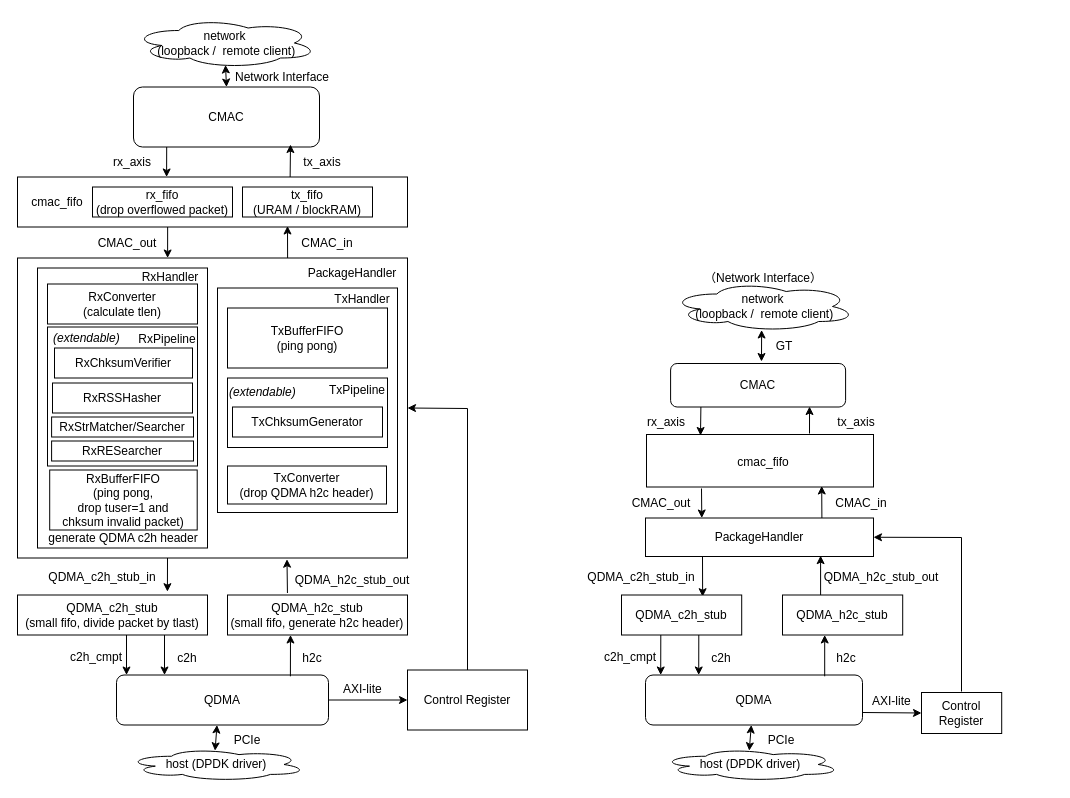
Gwins7/SmartNIC keeps this draw.io diagram as drawio/NICstructure.drawio. Above is the earlier version. Source tidied: cells renumbered, new cells numbered last; positions are measured from the earlier drawing's top-left corner, leaving out a move shared by most shapes. Both pictures are drawn from the tidied source at 100%, with x=0, y=0 at pixel (17, 18).
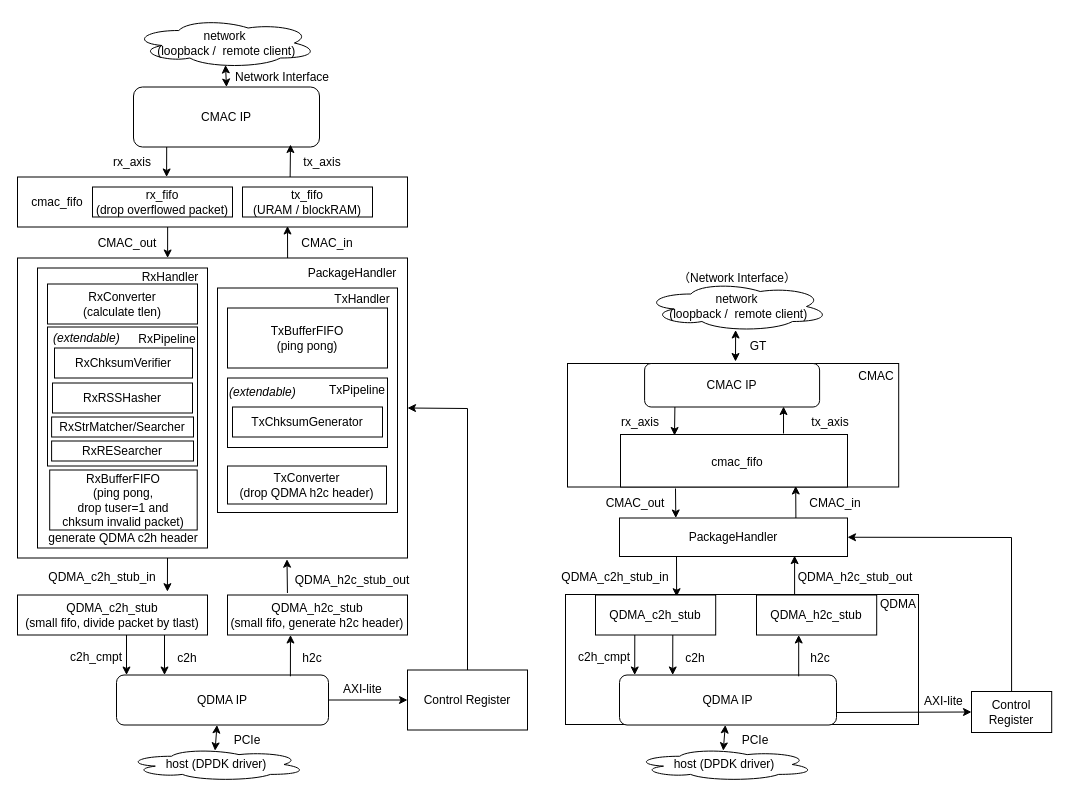
The same page after the edit.

Change to the diagram source:
```diff
@@
+    <mxCell id="96" style="rounded=0;whiteSpace=wrap;html=1;" parent="1" vertex="1">
+      <mxGeometry x="548" y="576" width="353" height="130" as="geometry" />
+    </mxCell>
+    <mxCell id="97" style="rounded=0;whiteSpace=wrap;html=1;" parent="1" vertex="1">
+      <mxGeometry x="550" y="345" width="331.2" height="123.5" as="geometry" />
+    </mxCell>
@@
-    <mxCell id="3" value="CMAC" style="rounded=1;whiteSpace=wrap;html=1;" parent="1" vertex="1">
+    <mxCell id="3" value="CMAC IP" style="rounded=1;whiteSpace=wrap;html=1;" parent="1" vertex="1">
       <mxGeometry x="116" y="68.5" width="186" height="60" as="geometry" />
     </mxCell>
-    <mxCell id="4" value="QDMA" style="rounded=1;whiteSpace=wrap;html=1;" parent="1" vertex="1">
+    <mxCell id="4" value="QDMA IP" style="rounded=1;whiteSpace=wrap;html=1;" parent="1" vertex="1">
       <mxGeometry x="99" y="656.5" width="212" height="50" as="geometry" />
     </mxCell>
@@
-    <mxCell id="55" value="CMAC" style="rounded=1;whiteSpace=wrap;html=1;" parent="1" vertex="1">
-      <mxGeometry x="653.1" y="345" width="175" height="43.5" as="geometry" />
+    <mxCell id="55" value="CMAC IP" style="rounded=1;whiteSpace=wrap;html=1;" parent="1" vertex="1">
+      <mxGeometry x="627.1" y="345" width="175" height="43.5" as="geometry" />
     </mxCell>
-    <mxCell id="56" value="QDMA" style="rounded=1;whiteSpace=wrap;html=1;" parent="1" vertex="1">
-      <mxGeometry x="628" y="656.5" width="217" height="50" as="geometry" />
+    <mxCell id="56" value="QDMA IP" style="rounded=1;whiteSpace=wrap;html=1;" parent="1" vertex="1">
+      <mxGeometry x="602" y="656.5" width="217" height="50" as="geometry" />
     </mxCell>
     <mxCell id="57" style="endArrow=classic;html=1;rounded=0;entryX=0.794;entryY=0.989;entryDx=0;entryDy=0;entryPerimeter=0;" parent="1" edge="1" target="55">
       <mxGeometry relative="1" as="geometry">
-        <mxPoint x="792" y="415" as="sourcePoint" />
+        <mxPoint x="766" y="415" as="sourcePoint" />
       </mxGeometry>
     </mxCell>
@@
     <mxCell id="60" value="CMAC_in" style="text;html=1;strokeColor=none;fillColor=none;align=center;verticalAlign=middle;whiteSpace=wrap;rounded=0;" parent="1" vertex="1">
-      <mxGeometry x="814.2" y="469.5" width="60" height="30" as="geometry" />
+      <mxGeometry x="788.2" y="469.5" width="60" height="30" as="geometry" />
     </mxCell>
     <mxCell id="61" value="CMAC_out" style="text;html=1;strokeColor=none;fillColor=none;align=center;verticalAlign=middle;whiteSpace=wrap;rounded=0;" parent="1" vertex="1">
-      <mxGeometry x="614.2" y="469.5" width="60" height="30" as="geometry" />
+      <mxGeometry x="588.2" y="469.5" width="60" height="30" as="geometry" />
     </mxCell>
     <mxCell id="62" value="QDMA_c2h_stub_in" style="text;html=1;strokeColor=none;fillColor=none;align=center;verticalAlign=middle;whiteSpace=wrap;rounded=0;" parent="1" vertex="1">
-      <mxGeometry x="569.2" y="543.5" width="110" height="30" as="geometry" />
+      <mxGeometry x="543.2" y="543.5" width="110" height="30" as="geometry" />
     </mxCell>
     <mxCell id="63" style="endArrow=classic;html=1;rounded=0;entryX=0.649;entryY=-0.003;entryDx=0;entryDy=0;entryPerimeter=0;" parent="1" edge="1">
       <mxGeometry relative="1" as="geometry">
-        <mxPoint x="684" y="470" as="sourcePoint" />
-        <mxPoint x="684.3" y="499.5" as="targetPoint" />
+        <mxPoint x="658" y="470" as="sourcePoint" />
+        <mxPoint x="658.3" y="499.5" as="targetPoint" />
       </mxGeometry>
     </mxCell>
     <mxCell id="64" style="rounded=0;whiteSpace=wrap;html=1;" parent="1" vertex="1">
-      <mxGeometry x="629" y="416" width="227" height="52.5" as="geometry" />
+      <mxGeometry x="603" y="416" width="227" height="52.5" as="geometry" />
     </mxCell>
     <mxCell id="65" style="endArrow=classic;html=1;rounded=0;entryX=0.75;entryY=1;entryDx=0;entryDy=0;exitX=0.699;exitY=0.04;exitDx=0;exitDy=0;exitPerimeter=0;" parent="1" edge="1">
       <mxGeometry relative="1" as="geometry">
-        <mxPoint x="804.4" y="499.5" as="sourcePoint" />
-        <mxPoint x="804.2" y="467.5" as="targetPoint" />
+        <mxPoint x="778.4" y="499.5" as="sourcePoint" />
+        <mxPoint x="778.2" y="467.5" as="targetPoint" />
       </mxGeometry>
     </mxCell>
     <mxCell id="66" style="endArrow=classic;html=1;rounded=0;exitX=0.385;exitY=1;exitDx=0;exitDy=0;exitPerimeter=0;" parent="1" edge="1">
       <mxGeometry relative="1" as="geometry">
-        <mxPoint x="683.4" y="388.5" as="sourcePoint" />
-        <mxPoint x="683" y="417" as="targetPoint" />
+        <mxPoint x="657.4" y="388.5" as="sourcePoint" />
+        <mxPoint x="657" y="417" as="targetPoint" />
       </mxGeometry>
     </mxCell>
     <mxCell id="67" value="rx_axis" style="text;html=1;strokeColor=none;fillColor=none;align=center;verticalAlign=middle;whiteSpace=wrap;rounded=0;" parent="1" vertex="1">
-      <mxGeometry x="619.2" y="388.5" width="60" height="30" as="geometry" />
+      <mxGeometry x="593.2" y="388.5" width="60" height="30" as="geometry" />
     </mxCell>
     <mxCell id="68" value="tx_axis" style="text;html=1;strokeColor=none;fillColor=none;align=center;verticalAlign=middle;whiteSpace=wrap;rounded=0;" parent="1" vertex="1">
-      <mxGeometry x="809.2" y="388.5" width="60" height="30" as="geometry" />
+      <mxGeometry x="783.2" y="388.5" width="60" height="30" as="geometry" />
     </mxCell>
     <mxCell id="69" value="cmac_fifo" style="text;html=1;strokeColor=none;fillColor=none;align=center;verticalAlign=middle;whiteSpace=wrap;rounded=0;" parent="1" vertex="1">
-      <mxGeometry x="716.1" y="429" width="60" height="30" as="geometry" />
+      <mxGeometry x="690.1" y="429" width="60" height="30" as="geometry" />
     </mxCell>
     <mxCell id="70" value="QDMA_c2h_stub" style="rounded=0;whiteSpace=wrap;html=1;" parent="1" vertex="1">
-      <mxGeometry x="604" y="576.5" width="120.2" height="40" as="geometry" />
+      <mxGeometry x="578" y="576.5" width="120.2" height="40" as="geometry" />
     </mxCell>
     <mxCell id="71" value="QDMA_h2c_stub" style="rounded=0;whiteSpace=wrap;html=1;" parent="1" vertex="1">
-      <mxGeometry x="765" y="576.5" width="120.2" height="40" as="geometry" />
+      <mxGeometry x="739" y="576.5" width="120.2" height="40" as="geometry" />
     </mxCell>
     <mxCell id="72" style="endArrow=classic;html=1;rounded=0;exitX=0.581;exitY=1;exitDx=0;exitDy=0;exitPerimeter=0;" parent="1" edge="1">
       <mxGeometry relative="1" as="geometry">
-        <mxPoint x="681.3" y="616.5" as="sourcePoint" />
-        <mxPoint x="681.2" y="656.5" as="targetPoint" />
+        <mxPoint x="655.3" y="616.5" as="sourcePoint" />
+        <mxPoint x="655.2" y="656.5" as="targetPoint" />
       </mxGeometry>
     </mxCell>
     <mxCell id="73" style="endArrow=classic;html=1;rounded=0;exitX=0.274;exitY=0.027;exitDx=0;exitDy=0;exitPerimeter=0;" parent="1" edge="1">
       <mxGeometry relative="1" as="geometry">
-        <mxPoint x="807.2" y="657.8" as="sourcePoint" />
-        <mxPoint x="807.2" y="616.5" as="targetPoint" />
+        <mxPoint x="781.2" y="657.8" as="sourcePoint" />
+        <mxPoint x="781.2" y="616.5" as="targetPoint" />
       </mxGeometry>
     </mxCell>
     <mxCell id="74" style="endArrow=classic;html=1;rounded=0;exitX=0.581;exitY=1;exitDx=0;exitDy=0;exitPerimeter=0;" parent="1" edge="1">
       <mxGeometry relative="1" as="geometry">
-        <mxPoint x="643.3" y="616.5" as="sourcePoint" />
-        <mxPoint x="643.2" y="656.5" as="targetPoint" />
+        <mxPoint x="617.3" y="616.5" as="sourcePoint" />
+        <mxPoint x="617.2" y="656.5" as="targetPoint" />
       </mxGeometry>
     </mxCell>
     <mxCell id="75" value="h2c" style="text;html=1;strokeColor=none;fillColor=none;align=center;verticalAlign=middle;whiteSpace=wrap;rounded=0;" parent="1" vertex="1">
-      <mxGeometry x="799.2" y="624.5" width="60" height="30" as="geometry" />
+      <mxGeometry x="773.2" y="624.5" width="60" height="30" as="geometry" />
     </mxCell>
     <mxCell id="76" value="c2h" style="text;html=1;strokeColor=none;fillColor=none;align=center;verticalAlign=middle;whiteSpace=wrap;rounded=0;" parent="1" vertex="1">
-      <mxGeometry x="674.2" y="624.5" width="60" height="30" as="geometry" />
+      <mxGeometry x="648.2" y="624.5" width="60" height="30" as="geometry" />
     </mxCell>
     <mxCell id="77" value="c2h_cmpt" style="text;html=1;strokeColor=none;fillColor=none;align=center;verticalAlign=middle;whiteSpace=wrap;rounded=0;" parent="1" vertex="1">
-      <mxGeometry x="583.2" y="623.5" width="60" height="30" as="geometry" />
+      <mxGeometry x="557.2" y="623.5" width="60" height="30" as="geometry" />
     </mxCell>
     <mxCell id="78" style="endArrow=classic;startArrow=classic;html=1;rounded=0;entryX=0.492;entryY=0.97;entryDx=0;entryDy=0;entryPerimeter=0;" parent="1" edge="1" target="79">
       <mxGeometry relative="1" as="geometry">
-        <mxPoint x="744" y="343" as="sourcePoint" />
+        <mxPoint x="718" y="343" as="sourcePoint" />
       </mxGeometry>
     </mxCell>
     <mxCell id="79" value="network&lt;br&gt;&amp;nbsp;(loopback /&amp;nbsp; remote client)" style="ellipse;shape=cloud;whiteSpace=wrap;html=1;" parent="1" vertex="1">
-      <mxGeometry x="653.1" y="263" width="185" height="50" as="geometry" />
+      <mxGeometry x="627.1" y="263" width="185" height="50" as="geometry" />
     </mxCell>
     <mxCell id="80" value="host (DPDK driver)" style="ellipse;shape=cloud;whiteSpace=wrap;html=1;" parent="1" vertex="1">
-      <mxGeometry x="643.2" y="729.5" width="180" height="33" as="geometry" />
+      <mxGeometry x="617.2" y="729.5" width="180" height="33" as="geometry" />
     </mxCell>
     <mxCell id="81" style="endArrow=classic;startArrow=classic;html=1;rounded=0;exitX=0.492;exitY=0.083;exitDx=0;exitDy=0;exitPerimeter=0;" parent="1" edge="1" source="80">
       <mxGeometry relative="1" as="geometry">
-        <mxPoint x="733.8" y="706.5" as="targetPoint" />
+        <mxPoint x="707.8" y="706.5" as="targetPoint" />
       </mxGeometry>
     </mxCell>
     <mxCell id="82" value="PCIe" style="text;html=1;strokeColor=none;fillColor=none;align=center;verticalAlign=middle;whiteSpace=wrap;rounded=0;" parent="1" vertex="1">
-      <mxGeometry x="734.2" y="706.5" width="60" height="30" as="geometry" />
+      <mxGeometry x="708.2" y="706.5" width="60" height="30" as="geometry" />
     </mxCell>
     <mxCell id="83" value="（Network Interface）" style="text;html=1;strokeColor=none;fillColor=none;align=center;verticalAlign=middle;whiteSpace=wrap;rounded=0;" parent="1" vertex="1">
-      <mxGeometry x="679.2" y="250.5" width="133.8" height="19" as="geometry" />
+      <mxGeometry x="653.2" y="250.5" width="133.8" height="19" as="geometry" />
     </mxCell>
     <mxCell id="84" value="QDMA_h2c_stub_out" style="text;html=1;strokeColor=none;fillColor=none;align=center;verticalAlign=middle;whiteSpace=wrap;rounded=0;" parent="1" vertex="1">
-      <mxGeometry x="804.2" y="543.5" width="120" height="30" as="geometry" />
+      <mxGeometry x="778.2" y="543.5" width="120" height="30" as="geometry" />
     </mxCell>
     <mxCell id="85" value="PackageHandler" style="rounded=0;whiteSpace=wrap;html=1;" parent="1" vertex="1">
-      <mxGeometry x="628" y="499.5" width="228" height="38.5" as="geometry" />
+      <mxGeometry x="602" y="499.5" width="228" height="38.5" as="geometry" />
     </mxCell>
@@
     <mxCell id="90" value="Control Register" style="rounded=0;whiteSpace=wrap;html=1;" parent="1" vertex="1">
-      <mxGeometry x="904" y="674" width="80.2" height="41" as="geometry" />
+      <mxGeometry x="954" y="673" width="80.2" height="41" as="geometry" />
     </mxCell>
-    <mxCell id="91" style="endArrow=classic;html=1;rounded=0;exitX=1;exitY=0.75;exitDx=0;exitDy=0;entryX=0;entryY=0.5;entryDx=0;entryDy=0;" parent="1" edge="1" source="56" target="90">
+    <mxCell id="91" style="endArrow=classic;html=1;rounded=0;entryX=0;entryY=0.5;entryDx=0;entryDy=0;exitX=1;exitY=0.75;exitDx=0;exitDy=0;" parent="1" edge="1" source="56" target="90">
       <mxGeometry relative="1" as="geometry" />
     </mxCell>
-    <mxCell id="92" style="endArrow=classic;html=1;rounded=0;entryX=1;entryY=0.5;entryDx=0;entryDy=0;" parent="1" edge="1" target="85">
+    <mxCell id="92" style="endArrow=classic;html=1;rounded=0;entryX=1;entryY=0.5;entryDx=0;entryDy=0;exitX=0.5;exitY=0;exitDx=0;exitDy=0;" parent="1" edge="1" source="90" target="85">
       <mxGeometry relative="1" as="geometry">
-        <mxPoint x="944" y="673" as="sourcePoint" />
         <Array as="points">
-          <mxPoint x="944" y="519" />
+          <mxPoint x="994" y="519" />
         </Array>
       </mxGeometry>
     </mxCell>
     <mxCell id="93" value="AXI-lite" style="text;strokeColor=none;fillColor=none;align=left;verticalAlign=middle;spacingLeft=4;spacingRight=4;overflow=hidden;" parent="1" vertex="1">
-      <mxGeometry x="849" y="666.5" width="80" height="30" as="geometry" />
+      <mxGeometry x="901" y="666.5" width="80" height="30" as="geometry" />
     </mxCell>
@@
     <mxCell id="95" value="GT" style="text;html=1;strokeColor=none;fillColor=none;align=center;verticalAlign=middle;whiteSpace=wrap;rounded=0;" parent="1" vertex="1">
-      <mxGeometry x="737" y="313" width="60" height="30" as="geometry" />
+      <mxGeometry x="711" y="313" width="60" height="30" as="geometry" />
     </mxCell>
+    <mxCell id="98" value="CMAC" style="text;html=1;strokeColor=none;fillColor=none;align=center;verticalAlign=middle;whiteSpace=wrap;rounded=0;" parent="1" vertex="1">
+      <mxGeometry x="829" y="343" width="60" height="30" as="geometry" />
+    </mxCell>
+    <mxCell id="99" value="QDMA" style="text;html=1;strokeColor=none;fillColor=none;align=center;verticalAlign=middle;whiteSpace=wrap;rounded=0;" parent="1" vertex="1">
+      <mxGeometry x="851" y="571" width="60" height="30" as="geometry" />
+    </mxCell>
```
